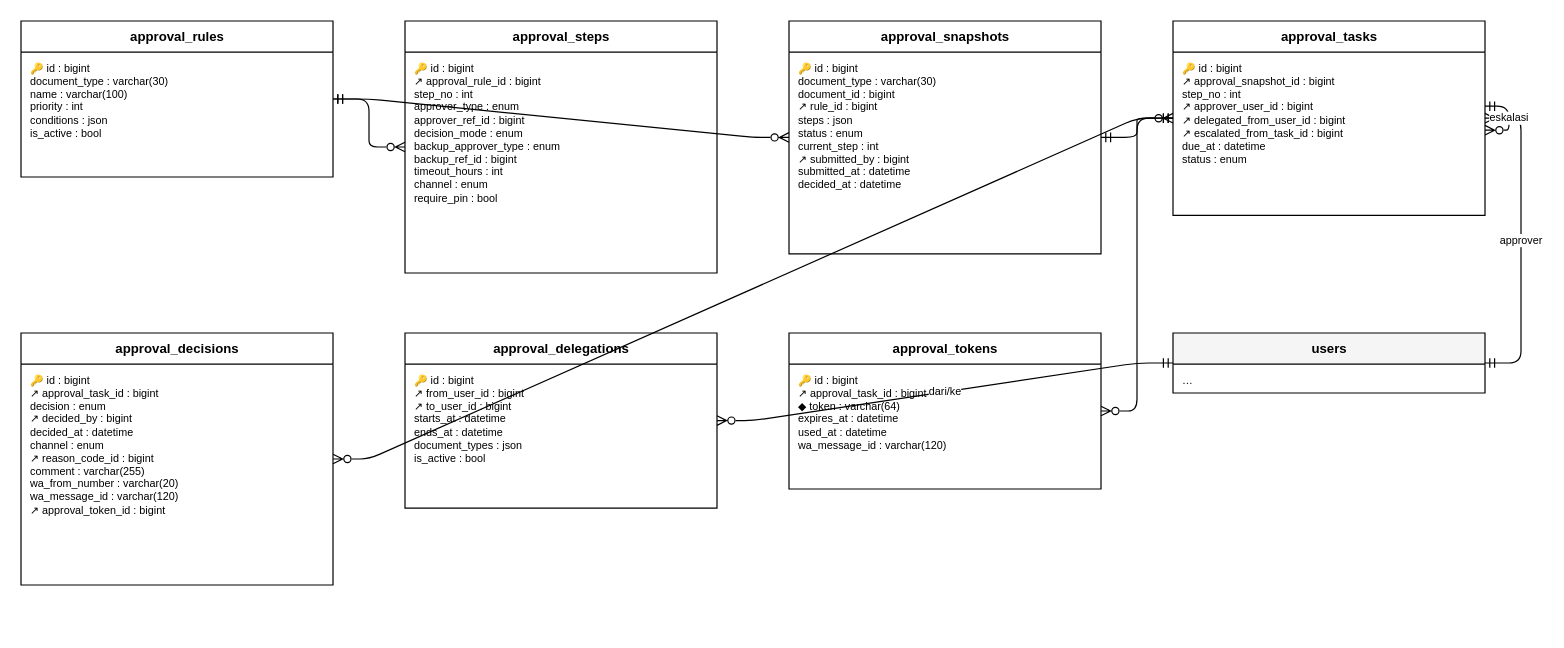
Before: docs/diagram/erd-approval.drawio in HengkyDarmawan/wms, a draw.io diagram. Source tidied: cells renumbered, new cells numbered last; positions are measured from the earlier drawing's top-left corner, leaving out a move shared by most shapes. Both pictures are drawn from the tidied source at 120%, with x=0, y=0 at pixel (20, 20).
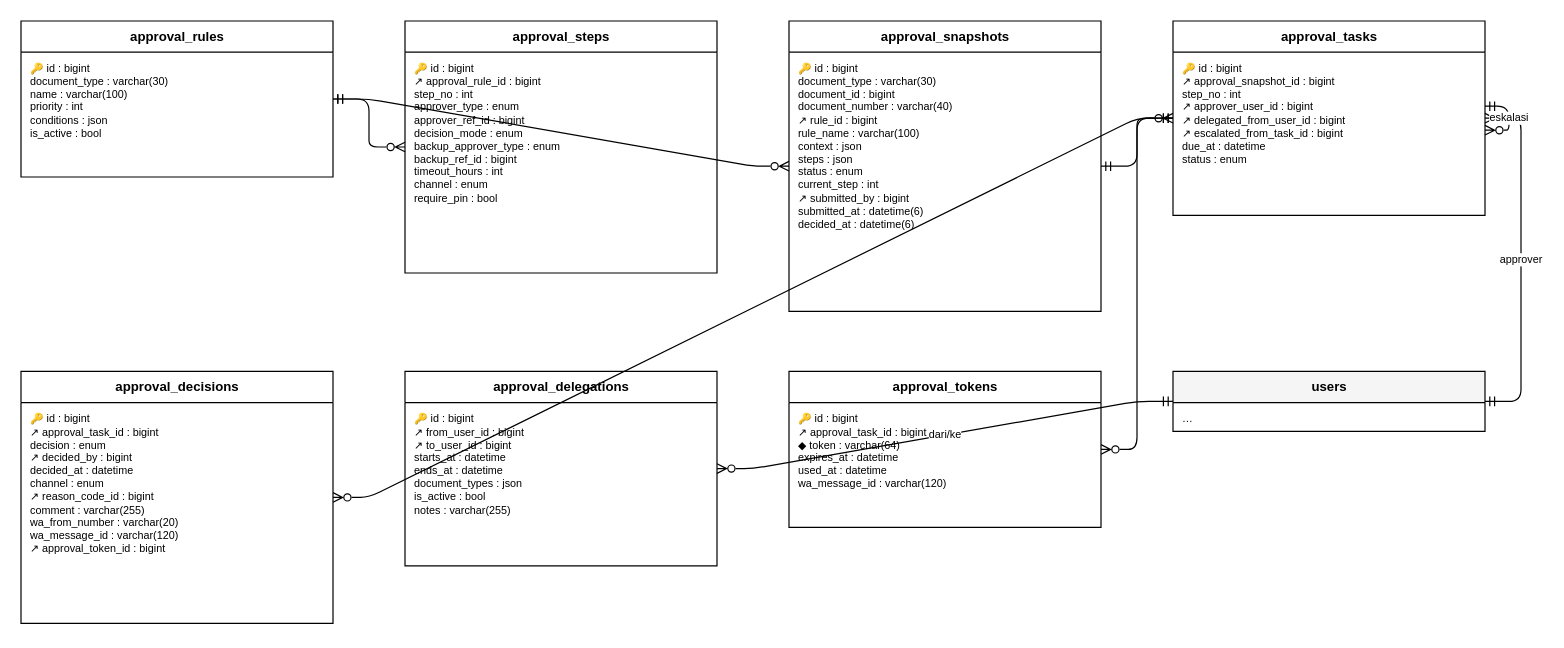
After the change.

Change to the diagram source:
```diff
@@
     <mxCell id="6" value="approval_snapshots" style="swimlane;fontStyle=1;horizontal=1;startSize=26;html=1;fontSize=11;fillColor=#FFFFFF;" parent="1" vertex="1">
-      <mxGeometry x="640" width="260" height="194" as="geometry" />
+      <mxGeometry x="640" width="260" height="242" as="geometry" />
     </mxCell>
-    <mxCell id="7" value="🔑 id : bigint&lt;br&gt;document_type : varchar(30)&lt;br&gt;document_id : bigint&lt;br&gt;↗ rule_id : bigint&lt;br&gt;steps : json&lt;br&gt;status : enum&lt;br&gt;current_step : int&lt;br&gt;↗ submitted_by : bigint&lt;br&gt;submitted_at : datetime&lt;br&gt;decided_at : datetime" style="text;html=1;strokeColor=none;fillColor=none;align=left;verticalAlign=top;spacingLeft=6;spacingTop=2;fontSize=9;whiteSpace=wrap;overflow=hidden;" parent="6" vertex="1">
-      <mxGeometry y="26" width="260" height="168" as="geometry" />
+    <mxCell id="7" value="🔑 id : bigint&lt;br&gt;document_type : varchar(30)&lt;br&gt;document_id : bigint&lt;br&gt;document_number : varchar(40)&lt;br&gt;↗ rule_id : bigint&lt;br&gt;rule_name : varchar(100)&lt;br&gt;context : json&lt;br&gt;steps : json&lt;br&gt;status : enum&lt;br&gt;current_step : int&lt;br&gt;↗ submitted_by : bigint&lt;br&gt;submitted_at : datetime(6)&lt;br&gt;decided_at : datetime(6)" style="text;html=1;strokeColor=none;fillColor=none;align=left;verticalAlign=top;spacingLeft=6;spacingTop=2;fontSize=9;whiteSpace=wrap;overflow=hidden;" parent="6" vertex="1">
+      <mxGeometry y="26" width="260" height="216" as="geometry" />
     </mxCell>
@@
     <mxCell id="10" value="approval_decisions" style="swimlane;fontStyle=1;horizontal=1;startSize=26;html=1;fontSize=11;fillColor=#FFFFFF;" parent="1" vertex="1">
-      <mxGeometry y="260" width="260" height="210" as="geometry" />
+      <mxGeometry y="292" width="260" height="210" as="geometry" />
     </mxCell>
@@
     <mxCell id="12" value="approval_delegations" style="swimlane;fontStyle=1;horizontal=1;startSize=26;html=1;fontSize=11;fillColor=#FFFFFF;" parent="1" vertex="1">
-      <mxGeometry x="320" y="260" width="260" height="146" as="geometry" />
+      <mxGeometry x="320" y="292" width="260" height="162" as="geometry" />
     </mxCell>
-    <mxCell id="13" value="🔑 id : bigint&lt;br&gt;↗ from_user_id : bigint&lt;br&gt;↗ to_user_id : bigint&lt;br&gt;starts_at : datetime&lt;br&gt;ends_at : datetime&lt;br&gt;document_types : json&lt;br&gt;is_active : bool" style="text;html=1;strokeColor=none;fillColor=none;align=left;verticalAlign=top;spacingLeft=6;spacingTop=2;fontSize=9;whiteSpace=wrap;overflow=hidden;" parent="12" vertex="1">
-      <mxGeometry y="26" width="260" height="120" as="geometry" />
+    <mxCell id="13" value="🔑 id : bigint&lt;br&gt;↗ from_user_id : bigint&lt;br&gt;↗ to_user_id : bigint&lt;br&gt;starts_at : datetime&lt;br&gt;ends_at : datetime&lt;br&gt;document_types : json&lt;br&gt;is_active : bool&lt;br&gt;notes : varchar(255)" style="text;html=1;strokeColor=none;fillColor=none;align=left;verticalAlign=top;spacingLeft=6;spacingTop=2;fontSize=9;whiteSpace=wrap;overflow=hidden;" parent="12" vertex="1">
+      <mxGeometry y="26" width="260" height="136" as="geometry" />
     </mxCell>
     <mxCell id="14" value="approval_tokens" style="swimlane;fontStyle=1;horizontal=1;startSize=26;html=1;fontSize=11;fillColor=#FFFFFF;" parent="1" vertex="1">
-      <mxGeometry x="640" y="260" width="260" height="130" as="geometry" />
+      <mxGeometry x="640" y="292" width="260" height="130" as="geometry" />
     </mxCell>
@@
     <mxCell id="16" value="users" style="swimlane;fontStyle=1;horizontal=1;startSize=26;html=1;fontSize=11;fillColor=#F5F5F5;" parent="1" vertex="1">
-      <mxGeometry x="960" y="260" width="260" height="50" as="geometry" />
+      <mxGeometry x="960" y="292" width="260" height="50" as="geometry" />
     </mxCell>
```
